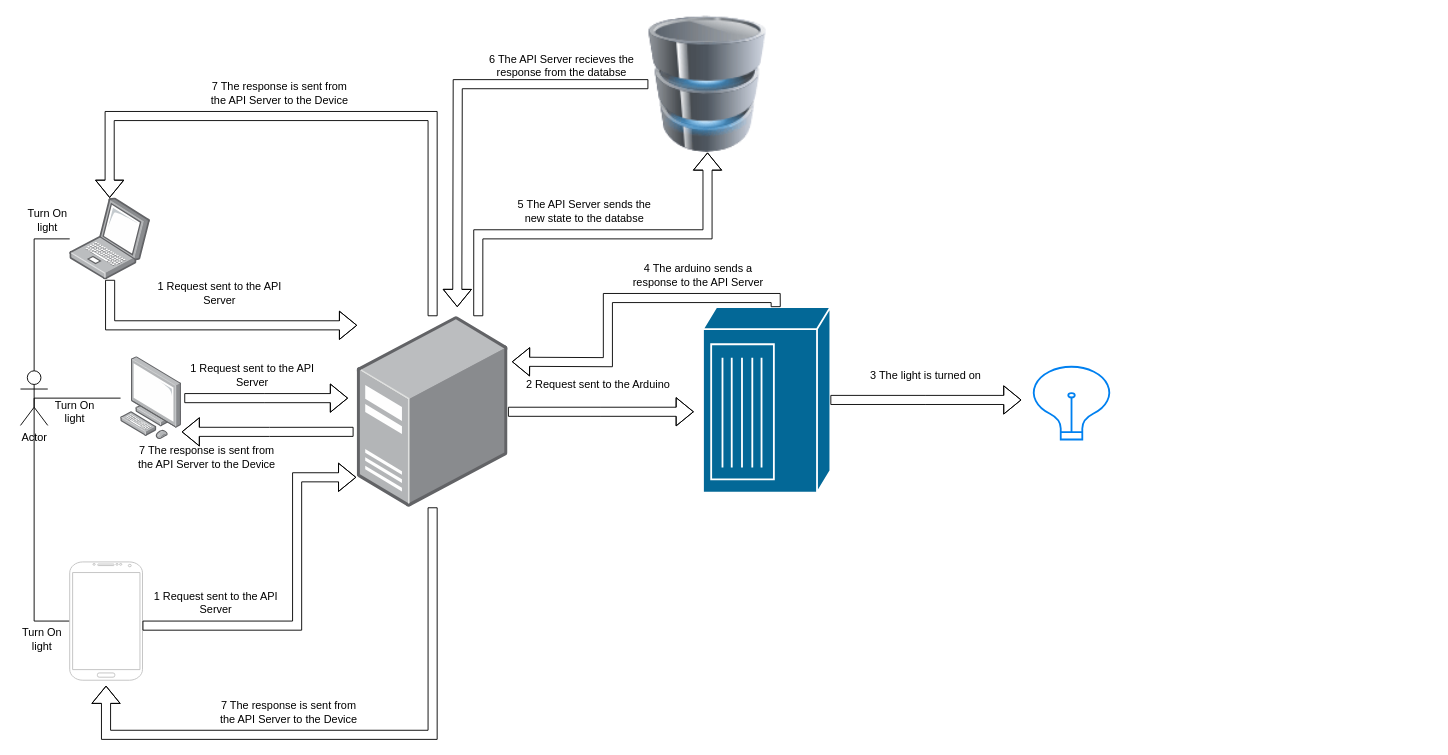
This is Device_Group/Diagrams/ArchitecualDesign.drawio from homedork-se2/Artefacts-docs, a draw.io file, before an edit. Source tidied: cells renumbered, new cells numbered last; positions are measured from the earlier drawing's top-left corner, leaving out a move shared by most shapes. Both pictures are drawn from the tidied source at 91%, with x=0, y=0 at pixel (15, 15).
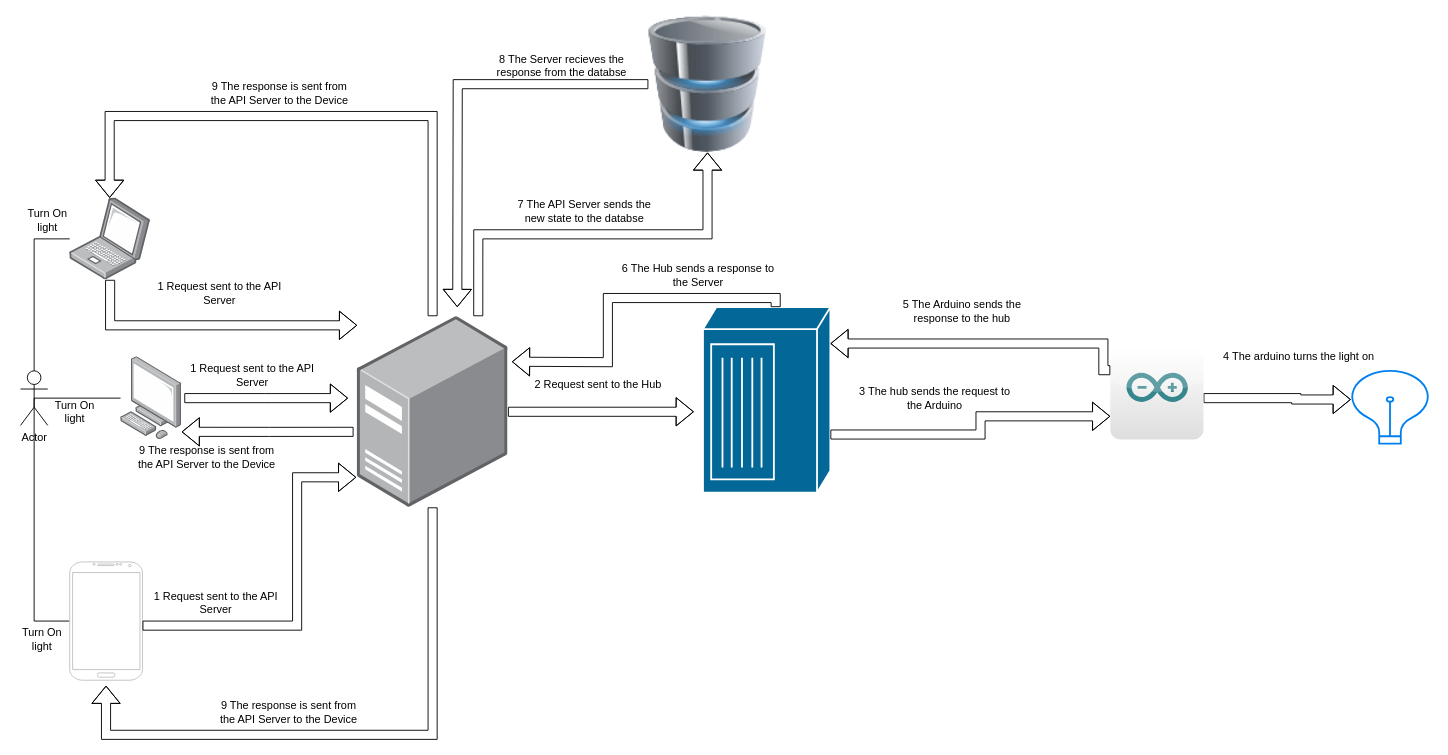
The same page after the edit.

Unchanged cells that the change refers to:
```xml
<mxCell id="22" style="shape=mxgraph.cisco.hubs_and_gateways.hub;html=1;dashed=0;fillColor=#036897;strokeColor=#ffffff;strokeWidth=2;verticalLabelPosition=bottom;verticalAlign=top;align=center;outlineConnect=0;" parent="1" vertex="1">
  <mxGeometry x="756" y="320" width="140" height="204" as="geometry" />
</mxCell>
```

Change to the diagram source:
```diff
@@
     <mxCell id="20" style="html=1;verticalLabelPosition=bottom;align=center;labelBackgroundColor=#ffffff;verticalAlign=top;strokeWidth=2;strokeColor=#0080F0;shadow=0;dashed=0;shape=mxgraph.ios7.icons.lightbulb;" parent="1" vertex="1">
-      <mxGeometry x="1116" y="385.5" width="90" height="80" as="geometry" />
+      <mxGeometry x="1466" y="390" width="90" height="80" as="geometry" />
     </mxCell>
@@
-    <mxCell id="24" value="2 Request sent to the Arduino" style="text;html=1;strokeColor=none;fillColor=none;align=center;verticalAlign=middle;whiteSpace=wrap;rounded=0;" parent="1" vertex="1">
+    <mxCell id="24" value="2 Request sent to the Hub" style="text;html=1;strokeColor=none;fillColor=none;align=center;verticalAlign=middle;whiteSpace=wrap;rounded=0;" parent="1" vertex="1">
       <mxGeometry x="556" y="390" width="170" height="30" as="geometry" />
     </mxCell>
@@
-    <mxCell id="26" style="shape=flexArrow;endArrow=classic;html=1;rounded=0;edgeStyle=orthogonalEdgeStyle;" parent="1" edge="1" source="22">
+    <mxCell id="26" style="shape=flexArrow;endArrow=classic;html=1;rounded=0;edgeStyle=orthogonalEdgeStyle;entryX=0.022;entryY=0.394;entryDx=0;entryDy=0;entryPerimeter=0;" parent="1" edge="1" source="38" target="20">
       <mxGeometry relative="1" as="geometry">
-        <mxPoint x="1106" y="422" as="targetPoint" />
+        <Array as="points">
+          <mxPoint x="1408" y="420" />
+        </Array>
       </mxGeometry>
     </mxCell>
-    <mxCell id="27" value="3 The light is turned on" style="text;html=1;strokeColor=none;fillColor=none;align=center;verticalAlign=middle;whiteSpace=wrap;rounded=0;" parent="1" vertex="1">
-      <mxGeometry x="916" y="380" width="170" height="30" as="geometry" />
+    <mxCell id="27" value="3 The hub sends the request to the Arduino" style="text;html=1;strokeColor=none;fillColor=none;align=center;verticalAlign=middle;whiteSpace=wrap;rounded=0;" parent="1" vertex="1">
+      <mxGeometry x="926" y="405" width="170" height="30" as="geometry" />
     </mxCell>
-    <mxCell id="28" value="4 The arduino sends a response to the API Server" style="text;html=1;strokeColor=none;fillColor=none;align=center;verticalAlign=middle;whiteSpace=wrap;rounded=0;" parent="1" vertex="1">
+    <mxCell id="28" value="6 The Hub sends a response to the Server" style="text;html=1;strokeColor=none;fillColor=none;align=center;verticalAlign=middle;whiteSpace=wrap;rounded=0;" parent="1" vertex="1">
       <mxGeometry x="666" y="270" width="170" height="30" as="geometry" />
     </mxCell>
@@
-    <mxCell id="30" value="5 The API Server sends the new state to the databse" style="text;html=1;strokeColor=none;fillColor=none;align=center;verticalAlign=middle;whiteSpace=wrap;rounded=0;" parent="1" vertex="1">
+    <mxCell id="30" value="7 The API Server sends the new state to the databse" style="text;html=1;strokeColor=none;fillColor=none;align=center;verticalAlign=middle;whiteSpace=wrap;rounded=0;" parent="1" vertex="1">
       <mxGeometry x="540.7" y="200" width="170" height="30" as="geometry" />
     </mxCell>
-    <mxCell id="31" value="7 The response is sent from the API Server to the Device" style="text;html=1;strokeColor=none;fillColor=none;align=center;verticalAlign=middle;whiteSpace=wrap;rounded=0;" parent="1" vertex="1">
+    <mxCell id="31" value="9 The response is sent from the API Server to the Device" style="text;html=1;strokeColor=none;fillColor=none;align=center;verticalAlign=middle;whiteSpace=wrap;rounded=0;" parent="1" vertex="1">
       <mxGeometry x="206" y="70" width="170" height="30" as="geometry" />
     </mxCell>
-    <mxCell id="32" value="7 The response is sent from the API Server to the Device" style="text;html=1;strokeColor=none;fillColor=none;align=center;verticalAlign=middle;whiteSpace=wrap;rounded=0;" parent="1" vertex="1">
+    <mxCell id="32" value="9 The response is sent from the API Server to the Device" style="text;html=1;strokeColor=none;fillColor=none;align=center;verticalAlign=middle;whiteSpace=wrap;rounded=0;" parent="1" vertex="1">
       <mxGeometry x="126" y="470" width="170" height="30" as="geometry" />
     </mxCell>
-    <mxCell id="33" value="7 The response is sent from the API Server to the Device" style="text;html=1;strokeColor=none;fillColor=none;align=center;verticalAlign=middle;whiteSpace=wrap;rounded=0;" parent="1" vertex="1">
+    <mxCell id="33" value="9 The response is sent from the API Server to the Device" style="text;html=1;strokeColor=none;fillColor=none;align=center;verticalAlign=middle;whiteSpace=wrap;rounded=0;" parent="1" vertex="1">
       <mxGeometry x="216" y="750" width="170" height="30" as="geometry" />
     </mxCell>
@@
-    <mxCell id="37" value="6 The API Server recieves the response from the databse" style="text;html=1;strokeColor=none;fillColor=none;align=center;verticalAlign=middle;whiteSpace=wrap;rounded=0;" parent="1" vertex="1">
+    <mxCell id="37" value="8 The Server recieves the response from the databse" style="text;html=1;strokeColor=none;fillColor=none;align=center;verticalAlign=middle;whiteSpace=wrap;rounded=0;" parent="1" vertex="1">
       <mxGeometry x="516" y="40" width="170" height="30" as="geometry" />
     </mxCell>
+    <mxCell id="38" style="dashed=0;outlineConnect=0;html=1;align=center;labelPosition=center;verticalLabelPosition=bottom;verticalAlign=top;shape=mxgraph.webicons.arduino;gradientColor=#DFDEDE;" parent="1" vertex="1">
+      <mxGeometry x="1203.6" y="363.1" width="102.4" height="102.4" as="geometry" />
+    </mxCell>
+    <mxCell id="39" style="shape=flexArrow;endArrow=classic;html=1;rounded=0;edgeStyle=orthogonalEdgeStyle;" parent="1" edge="1" source="22" target="38">
+      <mxGeometry relative="1" as="geometry">
+        <Array as="points">
+          <mxPoint x="1061" y="460" />
+          <mxPoint x="1061" y="440" />
+        </Array>
+      </mxGeometry>
+    </mxCell>
+    <mxCell id="40" style="shape=flexArrow;endArrow=classic;html=1;rounded=0;edgeStyle=orthogonalEdgeStyle;exitX=0;exitY=0.256;exitDx=0;exitDy=0;exitPerimeter=0;" parent="1" edge="1" source="38" target="22">
+      <mxGeometry relative="1" as="geometry">
+        <Array as="points">
+          <mxPoint x="1196" y="389" />
+          <mxPoint x="1196" y="360" />
+        </Array>
+      </mxGeometry>
+    </mxCell>
+    <mxCell id="41" value="5 The Arduino sends the response to the hub" style="text;html=1;strokeColor=none;fillColor=none;align=center;verticalAlign=middle;whiteSpace=wrap;rounded=0;" parent="1" vertex="1">
+      <mxGeometry x="956" y="310" width="170" height="30" as="geometry" />
+    </mxCell>
+    <mxCell id="42" value="4 The arduino turns the light on" style="text;html=1;strokeColor=none;fillColor=none;align=center;verticalAlign=middle;whiteSpace=wrap;rounded=0;" parent="1" vertex="1">
+      <mxGeometry x="1326" y="360" width="170" height="30" as="geometry" />
+    </mxCell>
```
